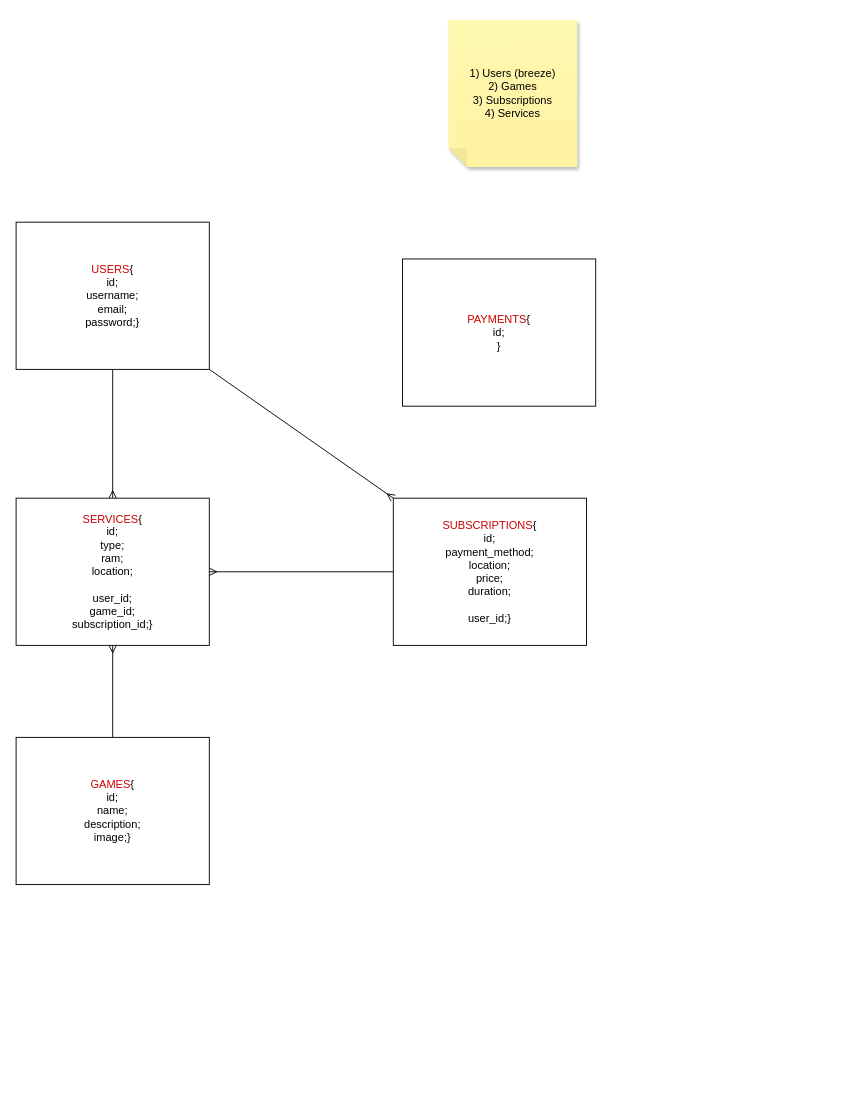
Earlier version of the draw.io diagram database.drawio (Vorshim92/Steam-Server). Source tidied: cells renumbered, new cells numbered last; positions are measured from the earlier drawing's top-left corner, leaving out a move shared by most shapes. Both pictures are drawn from the tidied source at 92%, with x=0, y=0 at pixel (16, 19).
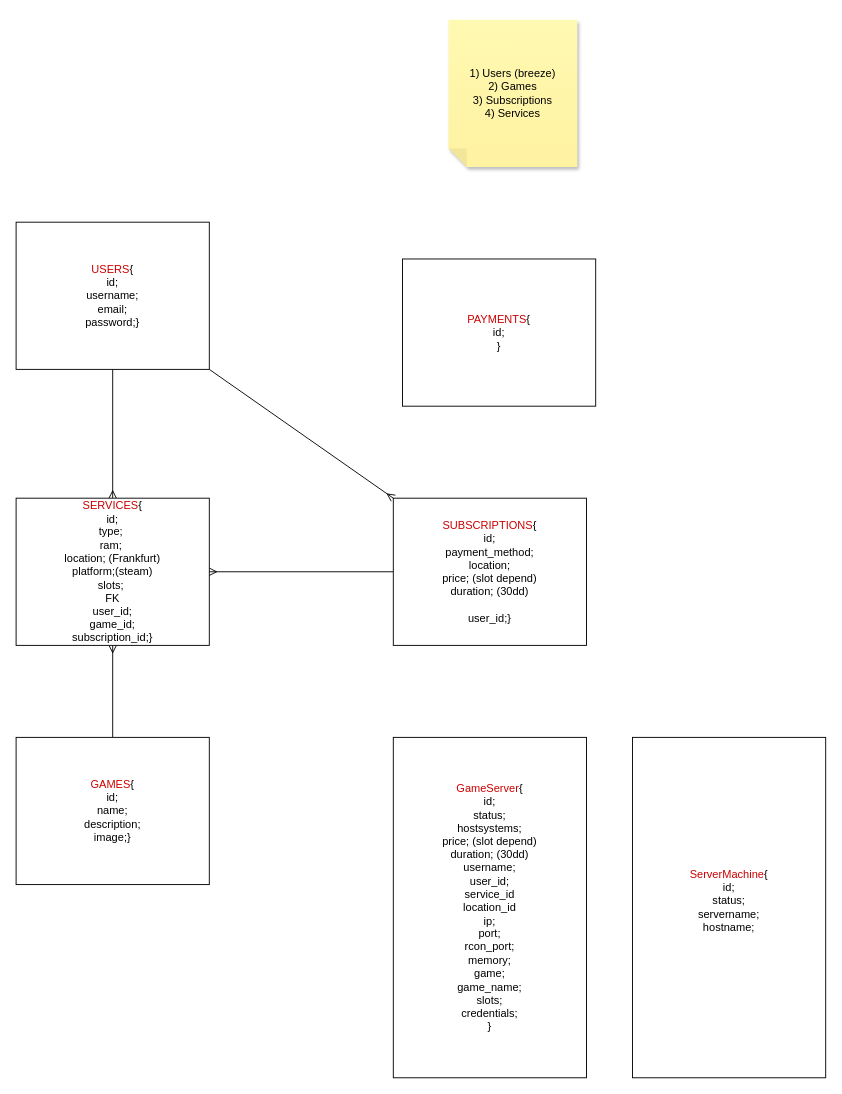
The same diagram, later.

Change to the diagram source:
```diff
@@
 <mxGraphModel>
   <root>
     <mxCell id="0" />
     <mxCell id="1" parent="0" />
     <mxCell id="2" style="edgeStyle=none;html=1;exitX=0.5;exitY=1;exitDx=0;exitDy=0;entryX=0.5;entryY=0;entryDx=0;entryDy=0;fontColor=#CC0000;endArrow=ERmany;endFill=0;" parent="1" edge="1" source="3" target="5">
       <mxGeometry relative="1" as="geometry" />
     </mxCell>
     <mxCell id="3" value="&lt;font color=&quot;#cc0000&quot;&gt;USERS&lt;/font&gt;{&lt;br&gt;id;&lt;br&gt;username;&lt;br&gt;email;&lt;br&gt;password;}" style="whiteSpace=wrap;html=1;" parent="1" vertex="1">
       <mxGeometry y="220" width="210" height="160" as="geometry" />
     </mxCell>
     <mxCell id="4" style="edgeStyle=none;html=1;exitX=0.5;exitY=1;exitDx=0;exitDy=0;entryX=0.5;entryY=0;entryDx=0;entryDy=0;fontColor=#CC0000;startArrow=ERmany;startFill=0;endArrow=none;endFill=0;" parent="1" edge="1" source="5" target="6">
       <mxGeometry relative="1" as="geometry" />
     </mxCell>
-    <mxCell id="5" value="&lt;font color=&quot;#cc0000&quot;&gt;SERVICES&lt;/font&gt;{&lt;br&gt;id;&lt;br&gt;type;&lt;br&gt;ram;&lt;br&gt;location;&lt;br&gt;&lt;br&gt;user_id;&lt;br&gt;game_id;&lt;br&gt;subscription_id;}" style="whiteSpace=wrap;html=1;" parent="1" vertex="1">
+    <mxCell id="5" value="&lt;font color=&quot;#cc0000&quot;&gt;SERVICES&lt;/font&gt;{&lt;br&gt;id;&lt;br&gt;type;&amp;nbsp;&lt;br&gt;ram;&amp;nbsp;&lt;br&gt;location; (Frankfurt)&lt;br&gt;platform;(steam)&lt;br&gt;slots;&amp;nbsp;&lt;br&gt;FK&lt;br&gt;user_id;&lt;br&gt;game_id;&lt;br&gt;subscription_id;}" style="whiteSpace=wrap;html=1;" parent="1" vertex="1">
       <mxGeometry y="520" width="210" height="160" as="geometry" />
     </mxCell>
     <mxCell id="6" value="&lt;font color=&quot;#cc0000&quot;&gt;GAMES&lt;/font&gt;{&lt;br&gt;id;&lt;br&gt;name;&lt;br&gt;description;&lt;br&gt;image;}" style="whiteSpace=wrap;html=1;" parent="1" vertex="1">
       <mxGeometry y="780" width="210" height="160" as="geometry" />
     </mxCell>
     <mxCell id="7" style="edgeStyle=none;html=1;startArrow=none;startFill=0;endArrow=ERmany;endFill=0;" parent="1" edge="1" source="9" target="5">
       <mxGeometry relative="1" as="geometry" />
     </mxCell>
     <mxCell id="8" style="edgeStyle=none;html=1;exitX=0;exitY=0;exitDx=0;exitDy=0;startArrow=ERmany;startFill=0;endArrow=none;endFill=0;entryX=1;entryY=1;entryDx=0;entryDy=0;" parent="1" edge="1" source="9" target="3">
       <mxGeometry relative="1" as="geometry" />
     </mxCell>
-    <mxCell id="9" value="&lt;font color=&quot;#cc0000&quot;&gt;SUBSCRIPTIONS&lt;/font&gt;{&lt;br&gt;id;&lt;br&gt;payment_method;&lt;br&gt;location;&lt;br&gt;price;&lt;br&gt;duration;&lt;br&gt;&lt;br&gt;user_id;}" style="whiteSpace=wrap;html=1;" parent="1" vertex="1">
+    <mxCell id="9" value="&lt;font color=&quot;#cc0000&quot;&gt;SUBSCRIPTIONS&lt;/font&gt;{&lt;br&gt;id;&lt;br&gt;payment_method;&lt;br&gt;location;&lt;br&gt;price; (slot depend)&lt;br&gt;duration; (30dd)&lt;br&gt;&lt;br&gt;user_id;}" style="whiteSpace=wrap;html=1;" parent="1" vertex="1">
       <mxGeometry x="410" y="520" width="210" height="160" as="geometry" />
     </mxCell>
     <mxCell id="10" value="1) Users (breeze)&lt;br&gt;2) Games&lt;br&gt;3) Subscriptions&lt;br&gt;4) Services" style="shape=note;whiteSpace=wrap;html=1;backgroundOutline=1;fontColor=#000000;darkOpacity=0.05;fillColor=#FFF9B2;strokeColor=none;fillStyle=solid;direction=west;gradientDirection=north;gradientColor=#FFF2A1;shadow=1;size=20;" parent="1" vertex="1">
       <mxGeometry x="470" width="140" height="160" as="geometry" />
     </mxCell>
     <mxCell id="11" value="&lt;font color=&quot;#cc0000&quot;&gt;PAYMENTS&lt;/font&gt;{&lt;br&gt;id;&lt;br&gt;}" style="whiteSpace=wrap;html=1;" parent="1" vertex="1">
       <mxGeometry x="420" y="260" width="210" height="160" as="geometry" />
     </mxCell>
+    <mxCell id="12" value="&lt;font color=&quot;#cc0000&quot;&gt;GameServer&lt;/font&gt;{&lt;br&gt;id;&lt;br&gt;status;&lt;br&gt;hostsystems;&lt;br&gt;price; (slot depend)&lt;br&gt;duration; (30dd)&lt;br&gt;username;&lt;br&gt;user_id;&lt;br&gt;service_id&lt;br&gt;location_id&lt;br&gt;ip;&lt;br&gt;port;&lt;br&gt;rcon_port;&lt;br&gt;memory;&lt;br&gt;game;&lt;br&gt;game_name;&lt;br&gt;slots;&lt;br&gt;credentials;&lt;br&gt;}" style="whiteSpace=wrap;html=1;" parent="1" vertex="1">
+      <mxGeometry x="410" y="780" width="210" height="370" as="geometry" />
+    </mxCell>
+    <mxCell id="13" value="&lt;font color=&quot;#cc0000&quot;&gt;ServerMachine&lt;/font&gt;{&lt;br&gt;id;&lt;br&gt;status;&lt;br&gt;servername;&lt;br&gt;hostname;&lt;br&gt;&lt;br&gt;" style="whiteSpace=wrap;html=1;" parent="1" vertex="1">
+      <mxGeometry x="670" y="780" width="210" height="370" as="geometry" />
+    </mxCell>
   </root>
 </mxGraphModel>
```
